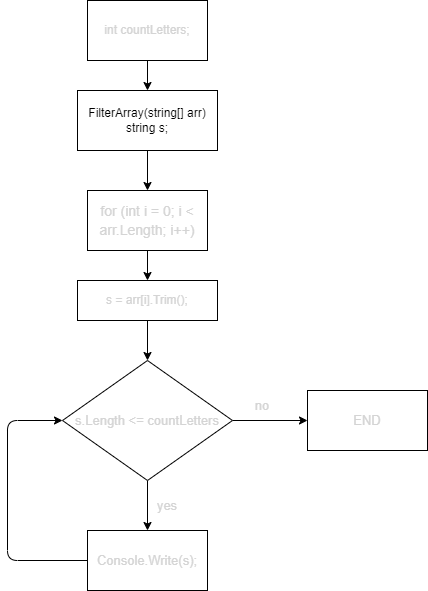
The draw.io diagram endblock_task/bs.drawio.png in rockapm/GB_homework, before a commit. Source tidied: cells renumbered, new cells last; positions are measured from the earlier drawing's top-left corner, leaving out a move shared by most shapes.
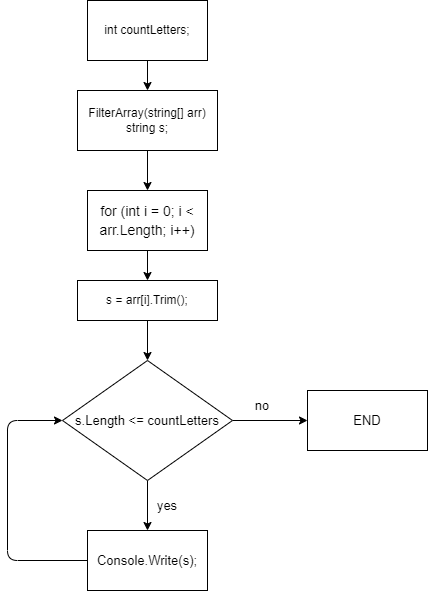
The same diagram one commit later.

What changed in the source:
```diff
@@ -2,40 +2,40 @@
   <root>
     <mxCell id="0" />
     <mxCell id="1" parent="0" />
-    <mxCell id="2" style="edgeStyle=none;html=1;entryX=0.5;entryY=0;entryDx=0;entryDy=0;fontFamily=Helvetica;fontSize=13;fontColor=#D4D4D4;" parent="1" edge="1" source="3" target="5">
+    <mxCell id="2" style="edgeStyle=none;html=1;entryX=0.5;entryY=0;entryDx=0;entryDy=0;fontFamily=Helvetica;fontSize=13;fontColor=#000000;" parent="1" edge="1" source="3" target="5">
       <mxGeometry relative="1" as="geometry" />
     </mxCell>
     <mxCell id="3" value="FilterArray(string[] arr)&lt;br&gt;string s;" style="rounded=0;whiteSpace=wrap;html=1;" parent="1" vertex="1">
       <mxGeometry x="70" y="90" width="140" height="60" as="geometry" />
     </mxCell>
-    <mxCell id="4" style="edgeStyle=none;html=1;fontFamily=Helvetica;fontSize=13;fontColor=#D4D4D4;" parent="1" edge="1" source="5" target="7">
+    <mxCell id="4" style="edgeStyle=none;html=1;fontFamily=Helvetica;fontSize=13;fontColor=#000000;" parent="1" edge="1" source="5" target="7">
       <mxGeometry relative="1" as="geometry" />
     </mxCell>
-    <mxCell id="5" value="&lt;div style=&quot;font-size: 14px ; line-height: 19px&quot;&gt;&lt;font color=&quot;#d4d4d4&quot;&gt;for (int i = 0; i &amp;lt; arr.Length; i++)&lt;/font&gt;&lt;/div&gt;" style="rounded=0;whiteSpace=wrap;html=1;" parent="1" vertex="1">
+    <mxCell id="5" value="&lt;div style=&quot;font-size: 14px ; line-height: 19px&quot;&gt;&lt;font&gt;for (int i = 0; i &amp;lt; arr.Length; i++)&lt;/font&gt;&lt;/div&gt;" style="rounded=0;whiteSpace=wrap;html=1;" parent="1" vertex="1">
       <mxGeometry x="80" y="190" width="120" height="60" as="geometry" />
     </mxCell>
-    <mxCell id="6" style="edgeStyle=none;html=1;entryX=0.5;entryY=0;entryDx=0;entryDy=0;fontFamily=Helvetica;fontSize=13;fontColor=#D4D4D4;" parent="1" edge="1" source="7" target="12">
+    <mxCell id="6" style="edgeStyle=none;html=1;entryX=0.5;entryY=0;entryDx=0;entryDy=0;fontFamily=Helvetica;fontSize=13;fontColor=#000000;" parent="1" edge="1" source="7" target="12">
       <mxGeometry relative="1" as="geometry" />
     </mxCell>
-    <mxCell id="7" value="&lt;div style=&quot;line-height: 19px&quot;&gt;&lt;font color=&quot;#d4d4d4&quot; style=&quot;font-size: 12px&quot;&gt;s = arr[i].Trim();&lt;br&gt;&lt;/font&gt;&lt;/div&gt;" style="rounded=0;whiteSpace=wrap;html=1;align=center;" parent="1" vertex="1">
+    <mxCell id="7" value="&lt;div style=&quot;line-height: 19px&quot;&gt;&lt;font style=&quot;font-size: 12px&quot;&gt;s = arr[i].Trim();&lt;br&gt;&lt;/font&gt;&lt;/div&gt;" style="rounded=0;whiteSpace=wrap;html=1;align=center;" parent="1" vertex="1">
       <mxGeometry x="70" y="280" width="140" height="40" as="geometry" />
     </mxCell>
-    <mxCell id="8" style="edgeStyle=none;html=1;entryX=0.5;entryY=0;entryDx=0;entryDy=0;fontFamily=Helvetica;fontSize=13;fontColor=#D4D4D4;" parent="1" edge="1" source="9" target="3">
+    <mxCell id="8" style="edgeStyle=none;html=1;entryX=0.5;entryY=0;entryDx=0;entryDy=0;fontFamily=Helvetica;fontSize=13;fontColor=#000000;" parent="1" edge="1" source="9" target="3">
       <mxGeometry relative="1" as="geometry" />
     </mxCell>
-    <mxCell id="9" value="int countLetters;" style="rounded=0;whiteSpace=wrap;html=1;labelBackgroundColor=none;fontSize=12;fontColor=#D4D4D4;" parent="1" vertex="1">
+    <mxCell id="9" value="int countLetters;" style="rounded=0;whiteSpace=wrap;html=1;labelBackgroundColor=none;fontSize=12;" parent="1" vertex="1">
       <mxGeometry x="80" width="120" height="60" as="geometry" />
     </mxCell>
-    <mxCell id="10" style="edgeStyle=none;html=1;entryX=0.5;entryY=0;entryDx=0;entryDy=0;fontFamily=Helvetica;fontSize=13;fontColor=#D4D4D4;" parent="1" edge="1" source="12" target="14">
+    <mxCell id="10" style="edgeStyle=none;html=1;entryX=0.5;entryY=0;entryDx=0;entryDy=0;fontFamily=Helvetica;fontSize=13;fontColor=#000000;" parent="1" edge="1" source="12" target="14">
       <mxGeometry relative="1" as="geometry" />
     </mxCell>
-    <mxCell id="11" style="edgeStyle=none;html=1;fontFamily=Helvetica;fontSize=13;fontColor=#D4D4D4;" parent="1" edge="1" source="12" target="15">
+    <mxCell id="11" style="edgeStyle=none;html=1;fontFamily=Helvetica;fontSize=13;fontColor=#000000;" parent="1" edge="1" source="12" target="15">
       <mxGeometry relative="1" as="geometry" />
     </mxCell>
-    <mxCell id="12" value="&lt;div style=&quot;line-height: 19px&quot;&gt;&lt;font style=&quot;font-size: 13px&quot;&gt;s.Length &amp;lt;= countLetters&lt;/font&gt;&lt;/div&gt;" style="rhombus;whiteSpace=wrap;html=1;labelBackgroundColor=none;fontFamily=Helvetica;fontSize=12;fontColor=#D4D4D4;" parent="1" vertex="1">
+    <mxCell id="12" value="&lt;div style=&quot;line-height: 19px&quot;&gt;&lt;font style=&quot;font-size: 13px&quot;&gt;s.Length &amp;lt;= countLetters&lt;/font&gt;&lt;/div&gt;" style="rhombus;whiteSpace=wrap;html=1;labelBackgroundColor=none;fontFamily=Helvetica;fontSize=12;" parent="1" vertex="1">
       <mxGeometry x="55" y="360" width="170" height="120" as="geometry" />
     </mxCell>
-    <mxCell id="13" style="edgeStyle=none;html=1;entryX=0;entryY=0.5;entryDx=0;entryDy=0;fontFamily=Helvetica;fontSize=13;fontColor=#D4D4D4;" parent="1" edge="1" source="14" target="12">
+    <mxCell id="13" style="edgeStyle=none;html=1;entryX=0;entryY=0.5;entryDx=0;entryDy=0;fontFamily=Helvetica;fontSize=13;fontColor=#000000;" parent="1" edge="1" source="14" target="12">
       <mxGeometry relative="1" as="geometry">
         <Array as="points">
           <mxPoint y="560" />
@@ -43,16 +43,16 @@
         </Array>
       </mxGeometry>
     </mxCell>
-    <mxCell id="14" value="Console.Write(s);" style="rounded=0;whiteSpace=wrap;html=1;labelBackgroundColor=none;fontFamily=Helvetica;fontSize=13;fontColor=#D4D4D4;" parent="1" vertex="1">
+    <mxCell id="14" value="Console.Write(s);" style="rounded=0;whiteSpace=wrap;html=1;labelBackgroundColor=none;fontFamily=Helvetica;fontSize=13;" parent="1" vertex="1">
       <mxGeometry x="80" y="530" width="120" height="60" as="geometry" />
     </mxCell>
-    <mxCell id="15" value="END" style="rounded=0;whiteSpace=wrap;html=1;labelBackgroundColor=none;fontFamily=Helvetica;fontSize=13;fontColor=#D4D4D4;" parent="1" vertex="1">
+    <mxCell id="15" value="END" style="rounded=0;whiteSpace=wrap;html=1;labelBackgroundColor=none;fontFamily=Helvetica;fontSize=13;" parent="1" vertex="1">
       <mxGeometry x="300" y="390" width="120" height="60" as="geometry" />
     </mxCell>
-    <mxCell id="16" value="yes" style="text;html=1;strokeColor=none;fillColor=none;align=center;verticalAlign=middle;whiteSpace=wrap;rounded=0;labelBackgroundColor=none;fontFamily=Helvetica;fontSize=13;fontColor=#D4D4D4;" parent="1" vertex="1">
+    <mxCell id="16" value="yes" style="text;html=1;align=center;verticalAlign=middle;whiteSpace=wrap;rounded=0;labelBackgroundColor=none;fontFamily=Helvetica;fontSize=13;" parent="1" vertex="1">
       <mxGeometry x="130" y="490" width="60" height="30" as="geometry" />
     </mxCell>
-    <mxCell id="17" value="no" style="text;html=1;strokeColor=none;fillColor=none;align=center;verticalAlign=middle;whiteSpace=wrap;rounded=0;labelBackgroundColor=none;fontFamily=Helvetica;fontSize=13;fontColor=#D4D4D4;" parent="1" vertex="1">
+    <mxCell id="17" value="no" style="text;html=1;align=center;verticalAlign=middle;whiteSpace=wrap;rounded=0;labelBackgroundColor=none;fontFamily=Helvetica;fontSize=13;" parent="1" vertex="1">
       <mxGeometry x="225" y="390" width="60" height="30" as="geometry" />
     </mxCell>
   </root>
```
